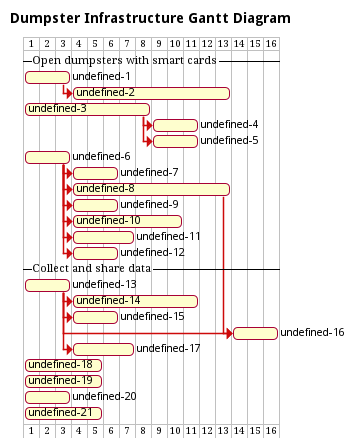
Earlier version of the PlantUML export uml/gantt-dumpster-infrastructure.pm.png (SmartWasteCollection/project-management). Source of this version:
```plantuml
@startgantt
!include ../metamodels/gantt.iuml
title Dumpster Infrastructure Gantt Diagram
!$requirement = DI

--Open dumpsters with smart cards--
task(1, 3)
task(2, 10)

endtostart(1, 2)

task(3, 8)
task(4, 3)
task(5, 3)

endtostart(3, 4)
endtostart(3, 5)

task(6, 3)

task(7, 3)
task(8, 10)
task(9, 3)

endtostart(6, 7)
endtostart(6, 8)
endtostart(6, 9)

task(10, 7)
task(11, 4)
task(12, 3)

endtostart(6, 10)
endtostart(6, 11)
endtostart(6, 12)

--Collect and share data--

task(13, 3)
task(14, 8)
task(15, 3)

endtostart(13, 14)
endtostart(13, 15)

task(16, 3)
task(17, 4)

endtostart(13, 16)
endtostart(8, 16)
endtostart(13, 17)

task(18, 5)
task(19, 5)

task(20, 3)
task(21, 5)

@endgantt
```
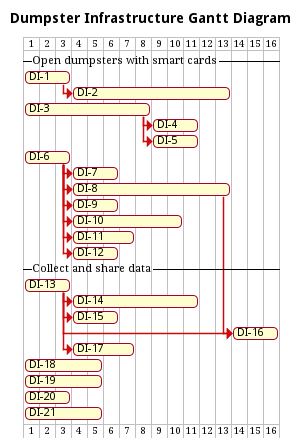
After the change.

Diff of the diagram source:
```diff
@@ -1,7 +1,7 @@
 @startgantt
 !include ../metamodels/gantt.iuml
 title Dumpster Infrastructure Gantt Diagram
-!$requirement = DI
+!define requirement DI
 
 --Open dumpsters with smart cards--
 task(1, 3)
```
